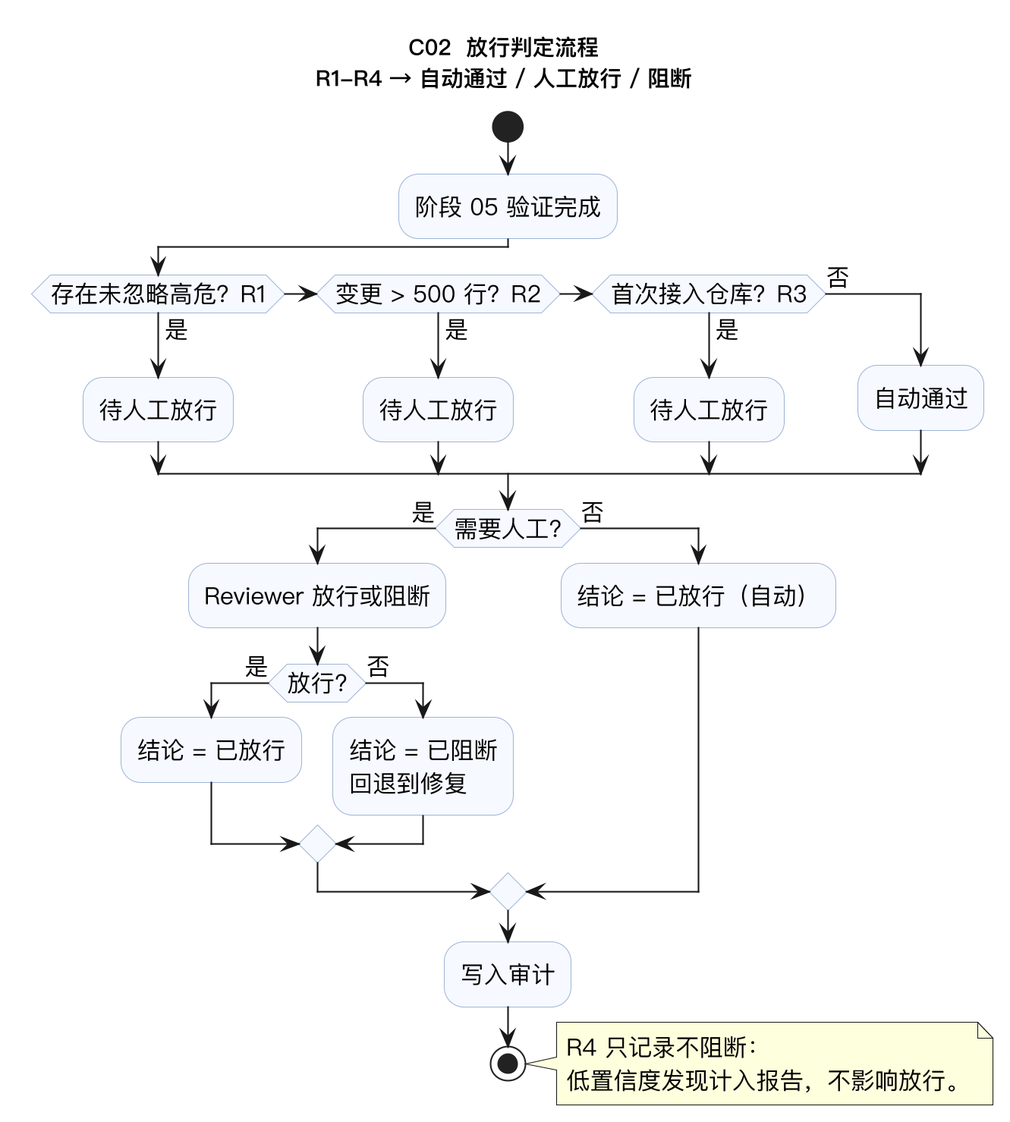
The PlantUML diagram 可信代码审查Agent/03_可编辑源文件/PlantUML/C02_放行判定流程.png in yemuxue/code-review-agent, before a commit. Its diagram source:
```plantuml
@startuml
skinparamlocked dpi 200
skinparam shadowing false
skinparam backgroundColor #FFFFFF
skinparam defaultFontSize 15
skinparam defaultFontName PingFang SC
skinparam activity {
  BackgroundColor #F6F9FF
  BorderColor #9FB4D6
}
title C02  放行判定流程\n<size:14>R1-R4 → 自动通过 / 人工放行 / 阻断</size>

start
:阶段 05 验证完成;
if (存在未忽略高危？R1) then (是)
  :待人工放行;
elseif (变更 > 500 行？R2) then (是)
  :待人工放行;
elseif (首次接入仓库？R3) then (是)
  :待人工放行;
else (否)
  :自动通过;
endif
if (需要人工?) then (是)
  :Reviewer 放行或阻断;
  if (放行?) then (是)
    :结论 = 已放行;
  else (否)
    :结论 = 已阻断\n回退到修复;
  endif
else (否)
  :结论 = 已放行（自动）;
endif
:写入审计;
stop

note right
  R4 只记录不阻断：
  低置信度发现计入报告，不影响放行。
end note
@enduml
```
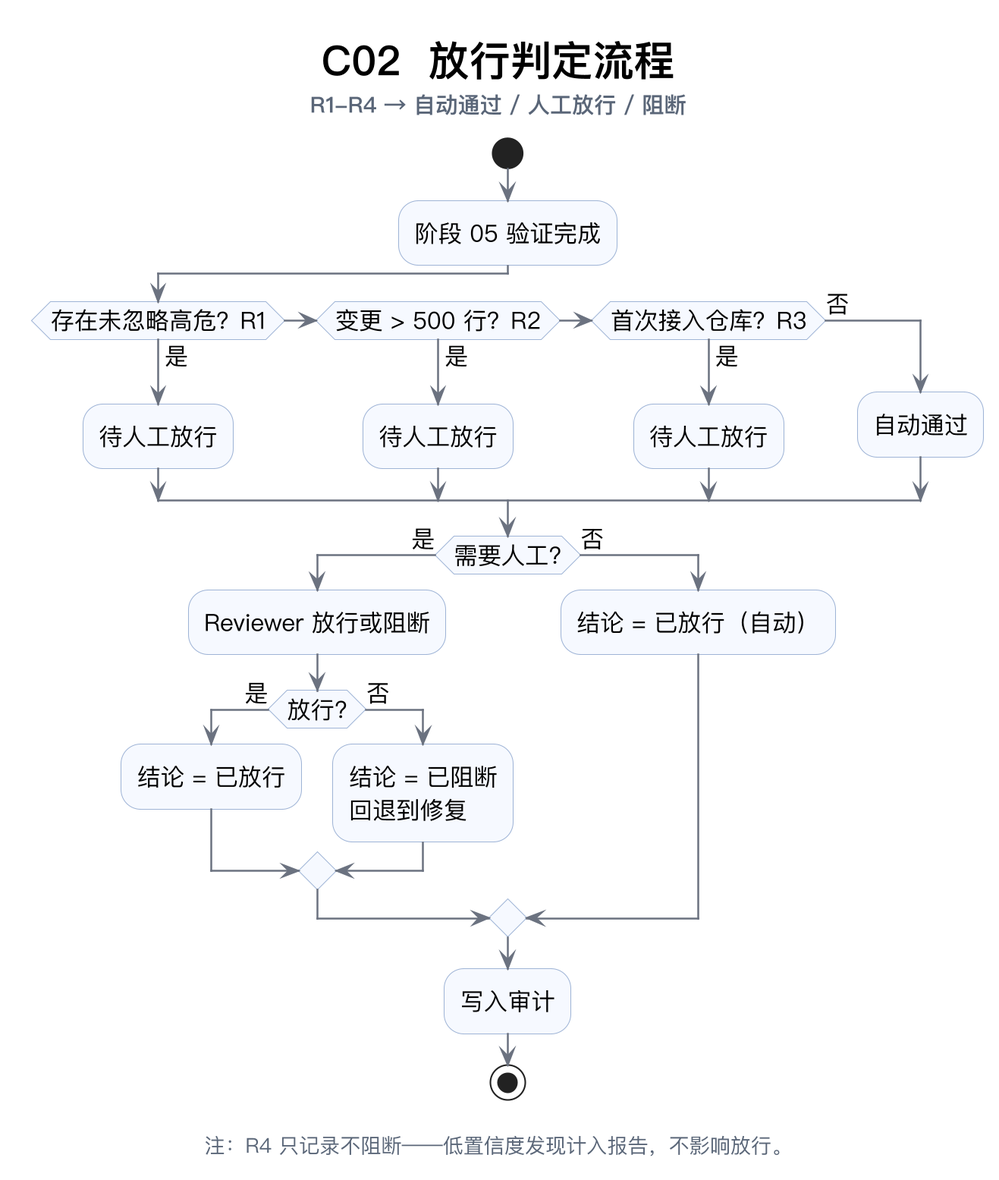
After the change.

Diff of the diagram source:
```diff
@@ -1,5 +1,7 @@
 @startuml
 skinparamlocked dpi 200
+!include _style.iuml
+title <size:26><b>C02  放行判定流程</b></size>\n<size:14><color:#5A6678>R1-R4 → 自动通过 / 人工放行 / 阻断</color></size>
 skinparam shadowing false
 skinparam backgroundColor #FFFFFF
 skinparam defaultFontSize 15
@@ -8,7 +10,7 @@
   BackgroundColor #F6F9FF
   BorderColor #9FB4D6
 }
-title C02  放行判定流程\n<size:14>R1-R4 → 自动通过 / 人工放行 / 阻断</size>
+
 
 start
 :阶段 05 验证完成;
@@ -34,8 +36,5 @@
 :写入审计;
 stop
 
-note right
-  R4 只记录不阻断：
-  低置信度发现计入报告，不影响放行。
-end note
+caption \n<size:13><color:#5A6678>注：R4 只记录不阻断——低置信度发现计入报告，不影响放行。</color></size>
 @enduml
```
